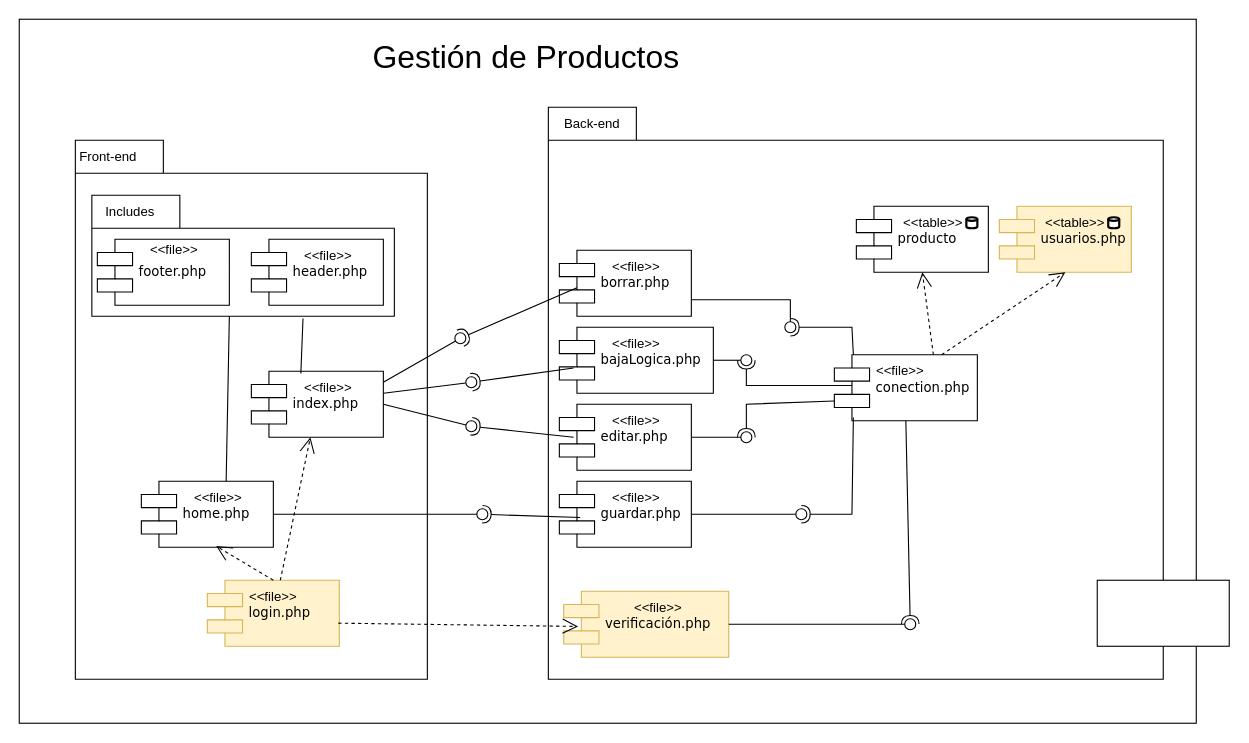
This is Diagramas/DiagramaComponentesMich.drawio from JorgeADnro/Torres, a draw.io file, before an edit. Source tidied: cells renumbered, new cells numbered last; positions are measured from the earlier drawing's top-left corner, leaving out a move shared by most shapes. Both pictures are drawn from the tidied source at 110%, with x=0, y=0 at pixel (19, 19).
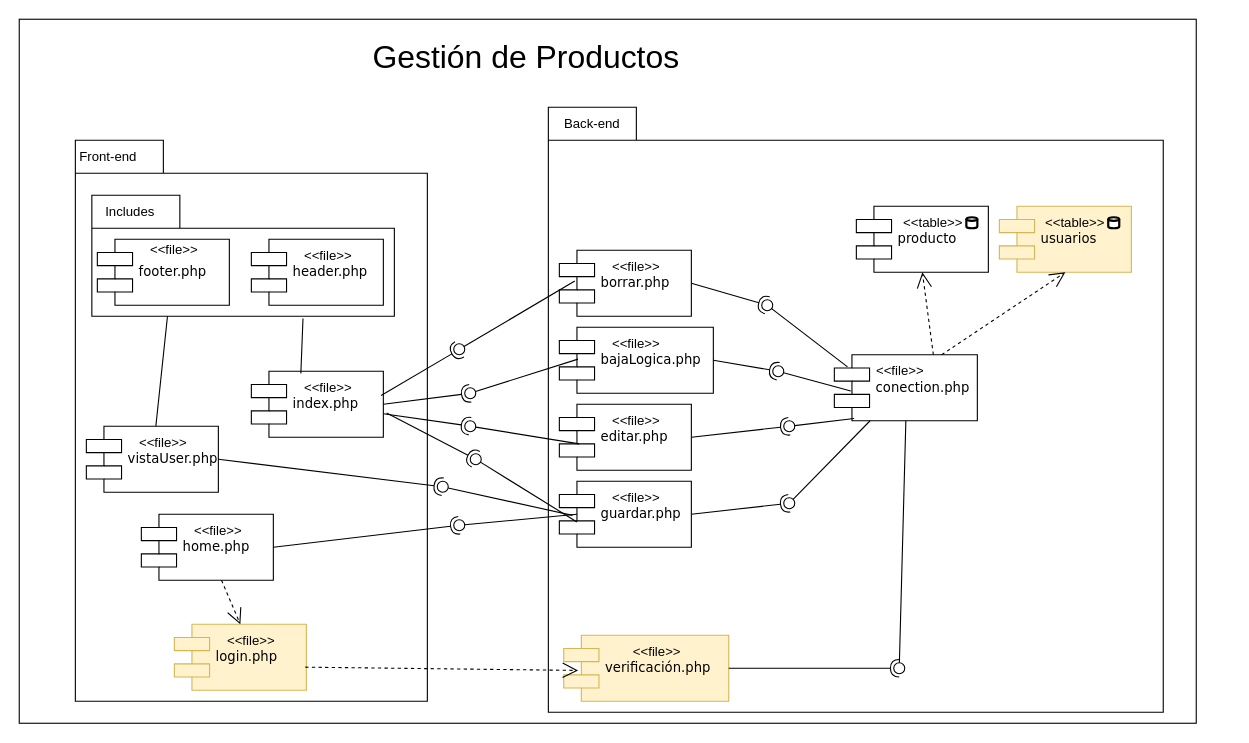
Above is the later version.

The change refers to these unchanged cells:
```xml
<mxCell id="2" style="rounded=0;whiteSpace=wrap;html=1;" parent="1" vertex="1">
  <mxGeometry width="1070" height="640" as="geometry" />
</mxCell>
<mxCell id="4" style="shape=folder;fontStyle=1;tabWidth=80;tabHeight=30;tabPosition=left;html=1;boundedLbl=1;whiteSpace=wrap;" parent="1" vertex="1">
  <mxGeometry x="66" y="160" width="275" height="110" as="geometry" />
</mxCell>
<mxCell id="11" value="index.php" style="shape=component;align=left;spacingLeft=36;rounded=0;shadow=0;comic=0;labelBackgroundColor=none;strokeWidth=1;fontFamily=Verdana;fontSize=12;html=1;" parent="1" vertex="1">
  <mxGeometry x="211" y="320" width="120" height="60" as="geometry" />
</mxCell>
<mxCell id="16" value="conection.php" style="shape=component;align=left;spacingLeft=36;rounded=0;shadow=0;comic=0;labelBackgroundColor=none;strokeWidth=1;fontFamily=Verdana;fontSize=12;html=1;" parent="1" vertex="1">
  <mxGeometry x="741" y="305" width="130" height="60" as="geometry" />
</mxCell>
<mxCell id="17" value="guardar.php" style="shape=component;align=left;spacingLeft=36;rounded=0;shadow=0;comic=0;labelBackgroundColor=none;strokeWidth=1;fontFamily=Verdana;fontSize=12;html=1;" parent="1" vertex="1">
  <mxGeometry x="491" y="420" width="120" height="60" as="geometry" />
</mxCell>
<mxCell id="18" value="editar.php" style="shape=component;align=left;spacingLeft=36;rounded=0;shadow=0;comic=0;labelBackgroundColor=none;strokeWidth=1;fontFamily=Verdana;fontSize=12;html=1;" parent="1" vertex="1">
  <mxGeometry x="491" y="350" width="120" height="60" as="geometry" />
</mxCell>
<mxCell id="19" value="bajaLogica.php" style="shape=component;align=left;spacingLeft=36;rounded=0;shadow=0;comic=0;labelBackgroundColor=none;strokeWidth=1;fontFamily=Verdana;fontSize=12;html=1;" parent="1" vertex="1">
  <mxGeometry x="491" y="280" width="140" height="60" as="geometry" />
</mxCell>
<mxCell id="20" value="borrar.php" style="shape=component;align=left;spacingLeft=36;rounded=0;shadow=0;comic=0;labelBackgroundColor=none;strokeWidth=1;fontFamily=Verdana;fontSize=12;html=1;" parent="1" vertex="1">
  <mxGeometry x="491" y="210" width="120" height="60" as="geometry" />
</mxCell>
```

Diff of the diagram source:
```diff
@@
     <mxCell id="3" style="shape=folder;fontStyle=1;tabWidth=80;tabHeight=30;tabPosition=left;html=1;boundedLbl=1;whiteSpace=wrap;" parent="1" vertex="1">
-      <mxGeometry x="51" y="110" width="320" height="490" as="geometry" />
+      <mxGeometry x="51" y="110" width="320" height="510" as="geometry" />
     </mxCell>
@@
-    <mxCell id="7" style="endArrow=none;html=1;rounded=0;exitX=0.642;exitY=0.05;exitDx=0;exitDy=0;exitPerimeter=0;" parent="1" edge="1" source="10">
-      <mxGeometry relative="1" as="geometry">
-        <mxPoint x="191" y="270" as="targetPoint" />
-      </mxGeometry>
-    </mxCell>
@@
     <mxCell id="10" value="home.php" style="shape=component;align=left;spacingLeft=36;rounded=0;shadow=0;comic=0;labelBackgroundColor=none;strokeWidth=1;fontFamily=Verdana;fontSize=12;html=1;" parent="1" vertex="1">
-      <mxGeometry x="111" y="420" width="120" height="60" as="geometry" />
+      <mxGeometry x="111" y="450" width="120" height="60" as="geometry" />
     </mxCell>
@@
     <mxCell id="13" style="shape=folder;fontStyle=1;tabWidth=80;tabHeight=30;tabPosition=left;html=1;boundedLbl=1;whiteSpace=wrap;" parent="1" vertex="1">
-      <mxGeometry x="481" y="80" width="559" height="520" as="geometry" />
+      <mxGeometry x="481" y="80" width="559" height="550" as="geometry" />
     </mxCell>
@@
-    <mxCell id="21" style="rounded=0;jettySize=auto;html=1;endArrow=oval;endFill=0;sketch=0;sourcePerimeterSpacing=0;targetPerimeterSpacing=0;endSize=10;exitX=1;exitY=0.75;exitDx=0;exitDy=0;" parent="1" edge="1" source="20">
-      <mxGeometry relative="1" as="geometry">
-        <mxPoint x="701" y="280" as="targetPoint" />
-        <Array as="points">
-          <mxPoint x="701" y="255" />
-        </Array>
-      </mxGeometry>
-    </mxCell>
-    <mxCell id="22" style="rounded=0;jettySize=auto;html=1;endArrow=oval;endFill=0;sketch=0;sourcePerimeterSpacing=0;targetPerimeterSpacing=0;endSize=10;exitX=1;exitY=0.5;exitDx=0;exitDy=0;" parent="1" edge="1" source="19">
-      <mxGeometry relative="1" as="geometry">
-        <mxPoint x="661" y="310" as="targetPoint" />
-      </mxGeometry>
-    </mxCell>
-    <mxCell id="23" style="rounded=0;jettySize=auto;html=1;endArrow=oval;endFill=0;sketch=0;sourcePerimeterSpacing=0;targetPerimeterSpacing=0;endSize=10;exitX=1;exitY=0.5;exitDx=0;exitDy=0;" parent="1" edge="1" source="18">
-      <mxGeometry relative="1" as="geometry">
-        <mxPoint x="661" y="380" as="targetPoint" />
-      </mxGeometry>
-    </mxCell>
-    <mxCell id="24" style="rounded=0;jettySize=auto;html=1;endArrow=oval;endFill=0;sketch=0;sourcePerimeterSpacing=0;targetPerimeterSpacing=0;endSize=10;exitX=1;exitY=0.5;exitDx=0;exitDy=0;" parent="1" edge="1" source="17">
-      <mxGeometry relative="1" as="geometry">
-        <mxPoint x="711" y="450" as="targetPoint" />
-      </mxGeometry>
-    </mxCell>
-    <mxCell id="25" style="rounded=0;jettySize=auto;html=1;endArrow=halfCircle;endFill=0;endSize=6;strokeWidth=1;sketch=0;exitX=0.133;exitY=0;exitDx=0;exitDy=0;exitPerimeter=0;" parent="1" edge="1" source="16">
-      <mxGeometry relative="1" as="geometry">
-        <mxPoint x="701" y="280" as="targetPoint" />
-        <Array as="points">
-          <mxPoint x="757" y="280" />
-        </Array>
-      </mxGeometry>
-    </mxCell>
-    <mxCell id="26" style="rounded=0;jettySize=auto;html=1;endArrow=halfCircle;endFill=0;endSize=6;strokeWidth=1;sketch=0;exitX=0.125;exitY=0.467;exitDx=0;exitDy=0;exitPerimeter=0;" parent="1" edge="1" source="16">
-      <mxGeometry relative="1" as="geometry">
-        <mxPoint x="661" y="310" as="targetPoint" />
-        <Array as="points">
-          <mxPoint x="711" y="333" />
-          <mxPoint x="661" y="333" />
-        </Array>
-      </mxGeometry>
-    </mxCell>
-    <mxCell id="27" style="rounded=0;jettySize=auto;html=1;endArrow=halfCircle;endFill=0;endSize=6;strokeWidth=1;sketch=0;exitX=0;exitY=0.7;exitDx=0;exitDy=0;" parent="1" edge="1" source="16">
-      <mxGeometry relative="1" as="geometry">
-        <mxPoint x="661" y="380" as="targetPoint" />
-        <Array as="points">
-          <mxPoint x="661" y="350" />
-        </Array>
-      </mxGeometry>
-    </mxCell>
-    <mxCell id="28" style="rounded=0;jettySize=auto;html=1;endArrow=halfCircle;endFill=0;endSize=6;strokeWidth=1;sketch=0;exitX=0.133;exitY=0.95;exitDx=0;exitDy=0;exitPerimeter=0;" parent="1" edge="1" source="16">
-      <mxGeometry relative="1" as="geometry">
-        <mxPoint x="711" y="450" as="targetPoint" />
-        <Array as="points">
-          <mxPoint x="757" y="450" />
-        </Array>
-      </mxGeometry>
-    </mxCell>
@@
-    <mxCell id="30" style="rounded=0;orthogonalLoop=1;jettySize=auto;html=1;endArrow=oval;endFill=0;sketch=0;sourcePerimeterSpacing=0;targetPerimeterSpacing=0;endSize=10;exitX=1;exitY=0.5;exitDx=0;exitDy=0;" parent="1" edge="1">
-      <mxGeometry relative="1" as="geometry">
-        <mxPoint x="331" y="340" as="sourcePoint" />
-        <mxPoint x="411" y="330" as="targetPoint" />
-      </mxGeometry>
-    </mxCell>
-    <mxCell id="31" style="rounded=0;orthogonalLoop=1;jettySize=auto;html=1;endArrow=oval;endFill=0;sketch=0;sourcePerimeterSpacing=0;targetPerimeterSpacing=0;endSize=10;exitX=1;exitY=0.5;exitDx=0;exitDy=0;" parent="1" edge="1">
-      <mxGeometry relative="1" as="geometry">
-        <mxPoint x="331" y="330" as="sourcePoint" />
-        <mxPoint x="401" y="290" as="targetPoint" />
-      </mxGeometry>
-    </mxCell>
-    <mxCell id="32" style="rounded=0;jettySize=auto;html=1;endArrow=oval;endFill=0;sketch=0;sourcePerimeterSpacing=0;targetPerimeterSpacing=0;endSize=10;exitX=1;exitY=0.5;exitDx=0;exitDy=0;" parent="1" edge="1" source="11">
-      <mxGeometry relative="1" as="geometry">
-        <mxPoint x="411" y="370" as="targetPoint" />
-      </mxGeometry>
-    </mxCell>
-    <mxCell id="33" style="rounded=0;jettySize=auto;html=1;endArrow=oval;endFill=0;sketch=0;sourcePerimeterSpacing=0;targetPerimeterSpacing=0;endSize=10;exitX=1;exitY=0.5;exitDx=0;exitDy=0;" parent="1" edge="1" source="10">
-      <mxGeometry relative="1" as="geometry">
-        <mxPoint x="421" y="450" as="targetPoint" />
-      </mxGeometry>
-    </mxCell>
-    <mxCell id="34" style="rounded=0;jettySize=auto;html=1;endArrow=halfCircle;endFill=0;endSize=6;strokeWidth=1;sketch=0;exitX=0.133;exitY=0.567;exitDx=0;exitDy=0;exitPerimeter=0;" parent="1" edge="1" source="20">
-      <mxGeometry relative="1" as="geometry">
-        <mxPoint x="401" y="290" as="targetPoint" />
-      </mxGeometry>
-    </mxCell>
-    <mxCell id="35" style="rounded=0;jettySize=auto;html=1;endArrow=halfCircle;endFill=0;endSize=6;strokeWidth=1;sketch=0;exitX=0.092;exitY=0.617;exitDx=0;exitDy=0;exitPerimeter=0;" parent="1" edge="1" source="19">
-      <mxGeometry relative="1" as="geometry">
-        <mxPoint x="411" y="330" as="targetPoint" />
-      </mxGeometry>
-    </mxCell>
-    <mxCell id="36" style="rounded=0;jettySize=auto;html=1;endArrow=halfCircle;endFill=0;endSize=6;strokeWidth=1;sketch=0;exitX=0.108;exitY=0.5;exitDx=0;exitDy=0;exitPerimeter=0;" parent="1" edge="1" source="18">
-      <mxGeometry relative="1" as="geometry">
-        <mxPoint x="411" y="370" as="targetPoint" />
-      </mxGeometry>
-    </mxCell>
@@
-    <mxCell id="38" style="rounded=0;jettySize=auto;html=1;endArrow=halfCircle;endFill=0;endSize=6;strokeWidth=1;sketch=0;exitX=0.158;exitY=0.55;exitDx=0;exitDy=0;exitPerimeter=0;" parent="1" edge="1" source="17">
-      <mxGeometry relative="1" as="geometry">
-        <mxPoint x="421" y="450" as="targetPoint" />
-      </mxGeometry>
-    </mxCell>
@@
     <mxCell id="41" value="&amp;lt;&amp;lt;file&amp;gt;&amp;gt;" style="text;html=1;strokeColor=none;fillColor=none;align=center;verticalAlign=middle;whiteSpace=wrap;rounded=0;" parent="1" vertex="1">
-      <mxGeometry x="151" y="420" width="60" height="30" as="geometry" />
+      <mxGeometry x="151" y="450" width="60" height="30" as="geometry" />
     </mxCell>
@@
     <mxCell id="49" value="login.php" style="shape=component;align=left;spacingLeft=36;rounded=0;shadow=0;comic=0;labelBackgroundColor=none;strokeWidth=1;fontFamily=Verdana;fontSize=12;html=1;fillColor=#fff2cc;strokeColor=#d6b656;" parent="1" vertex="1">
-      <mxGeometry x="171" y="510" width="120" height="60" as="geometry" />
+      <mxGeometry x="141" y="550" width="120" height="60" as="geometry" />
     </mxCell>
     <mxCell id="50" value="verificación.php" style="shape=component;align=left;spacingLeft=36;rounded=0;shadow=0;comic=0;labelBackgroundColor=none;strokeWidth=1;fontFamily=Verdana;fontSize=12;html=1;fillColor=#fff2cc;strokeColor=#d6b656;" parent="1" vertex="1">
-      <mxGeometry x="495" y="520" width="150" height="60" as="geometry" />
+      <mxGeometry x="495" y="560" width="150" height="60" as="geometry" />
     </mxCell>
-    <mxCell id="51" value="usuarios.php" style="shape=component;align=left;spacingLeft=36;rounded=0;shadow=0;comic=0;labelBackgroundColor=none;strokeWidth=1;fontFamily=Verdana;fontSize=12;html=1;fillColor=#fff2cc;strokeColor=#d6b656;" parent="1" vertex="1">
+    <mxCell id="51" value="usuarios" style="shape=component;align=left;spacingLeft=36;rounded=0;shadow=0;comic=0;labelBackgroundColor=none;strokeWidth=1;fontFamily=Verdana;fontSize=12;html=1;fillColor=#fff2cc;strokeColor=#d6b656;" parent="1" vertex="1">
       <mxGeometry x="891" y="170" width="120" height="60" as="geometry" />
     </mxCell>
@@
-    <mxCell id="53" style="rounded=0;jettySize=auto;html=1;endArrow=halfCircle;endFill=0;endSize=6;strokeWidth=1;sketch=0;exitX=0.5;exitY=1;exitDx=0;exitDy=0;" parent="1" edge="1" source="16">
-      <mxGeometry relative="1" as="geometry">
-        <mxPoint x="810" y="550" as="targetPoint" />
-      </mxGeometry>
-    </mxCell>
-    <mxCell id="54" style="rounded=0;jettySize=auto;html=1;endArrow=oval;endFill=0;sketch=0;sourcePerimeterSpacing=0;targetPerimeterSpacing=0;endSize=10;exitX=1;exitY=0.5;exitDx=0;exitDy=0;" parent="1" edge="1" source="50">
-      <mxGeometry relative="1" as="geometry">
-        <mxPoint x="810" y="550" as="targetPoint" />
-      </mxGeometry>
-    </mxCell>
@@
-    <mxCell id="57" style="endArrow=open;endSize=12;dashed=1;html=1;rounded=0;" parent="1" edge="1" source="49" target="11">
-      <mxGeometry relative="1" as="geometry" />
-    </mxCell>
-    <mxCell id="58" value="&lt;br&gt;" style="endArrow=open;endSize=12;dashed=1;html=1;rounded=0;entryX=0.567;entryY=0.983;entryDx=0;entryDy=0;entryPerimeter=0;exitX=0.5;exitY=0;exitDx=0;exitDy=0;" parent="1" edge="1" source="49" target="10">
-      <mxGeometry relative="1" as="geometry" />
-    </mxCell>
     <mxCell id="59" value="&amp;lt;&amp;lt;file&amp;gt;&amp;gt;" style="text;html=1;strokeColor=none;fillColor=none;align=center;verticalAlign=middle;whiteSpace=wrap;rounded=0;" parent="1" vertex="1">
-      <mxGeometry x="201" y="510" width="60" height="30" as="geometry" />
+      <mxGeometry x="181" y="550" width="60" height="30" as="geometry" />
     </mxCell>
     <mxCell id="60" value="&amp;lt;&amp;lt;file&amp;gt;&amp;gt;" style="text;html=1;strokeColor=none;fillColor=none;align=center;verticalAlign=middle;whiteSpace=wrap;rounded=0;" parent="1" vertex="1">
-      <mxGeometry x="551" y="520" width="60" height="30" as="geometry" />
+      <mxGeometry x="550" y="560" width="60" height="30" as="geometry" />
     </mxCell>
@@
-    <mxCell id="64" style="rounded=0;whiteSpace=wrap;html=1;" parent="1" vertex="1">
-      <mxGeometry x="980" y="510" width="120" height="60" as="geometry" />
-    </mxCell>
+    <mxCell id="65" style="endArrow=open;endSize=12;dashed=1;html=1;rounded=0;entryX=0.5;entryY=0;entryDx=0;entryDy=0;" parent="1" edge="1" source="10" target="49">
+      <mxGeometry relative="1" as="geometry" />
+    </mxCell>
+    <mxCell id="66" style="rounded=0;jettySize=auto;html=1;endArrow=halfCircle;endFill=0;endSize=6;strokeWidth=1;sketch=0;exitX=1;exitY=0.5;exitDx=0;exitDy=0;" parent="1" edge="1" source="50">
+      <mxGeometry relative="1" as="geometry">
+        <mxPoint x="800" y="590" as="targetPoint" />
+      </mxGeometry>
+    </mxCell>
+    <mxCell id="67" style="rounded=0;jettySize=auto;html=1;endArrow=oval;endFill=0;sketch=0;sourcePerimeterSpacing=0;targetPerimeterSpacing=0;endSize=10;exitX=0.5;exitY=1;exitDx=0;exitDy=0;" parent="1" edge="1" source="16">
+      <mxGeometry relative="1" as="geometry">
+        <mxPoint x="800" y="590" as="targetPoint" />
+      </mxGeometry>
+    </mxCell>
+    <mxCell id="68" style="ellipse;whiteSpace=wrap;html=1;align=center;fillColor=none;strokeColor=none;perimeter=centerPerimeter;" parent="1" vertex="1">
+      <mxGeometry x="485" y="360" width="10" height="10" as="geometry" />
+    </mxCell>
+    <mxCell id="69" style="rounded=0;jettySize=auto;html=1;endArrow=oval;endFill=0;sketch=0;sourcePerimeterSpacing=0;targetPerimeterSpacing=0;endSize=10;exitX=0.092;exitY=0.183;exitDx=0;exitDy=0;exitPerimeter=0;" parent="1" edge="1" source="16">
+      <mxGeometry relative="1" as="geometry">
+        <mxPoint x="680" y="260" as="targetPoint" />
+      </mxGeometry>
+    </mxCell>
+    <mxCell id="70" style="rounded=0;jettySize=auto;html=1;endArrow=oval;endFill=0;sketch=0;sourcePerimeterSpacing=0;targetPerimeterSpacing=0;endSize=10;exitX=0.115;exitY=0.55;exitDx=0;exitDy=0;exitPerimeter=0;" parent="1" edge="1" source="16">
+      <mxGeometry relative="1" as="geometry">
+        <mxPoint x="690" y="320" as="targetPoint" />
+      </mxGeometry>
+    </mxCell>
+    <mxCell id="71" style="rounded=0;jettySize=auto;html=1;endArrow=oval;endFill=0;sketch=0;sourcePerimeterSpacing=0;targetPerimeterSpacing=0;endSize=10;exitX=0.138;exitY=0.967;exitDx=0;exitDy=0;exitPerimeter=0;" parent="1" edge="1" source="16">
+      <mxGeometry relative="1" as="geometry">
+        <mxPoint x="700" y="370" as="targetPoint" />
+      </mxGeometry>
+    </mxCell>
+    <mxCell id="72" style="rounded=0;jettySize=auto;html=1;endArrow=oval;endFill=0;sketch=0;sourcePerimeterSpacing=0;targetPerimeterSpacing=0;endSize=10;exitX=0.25;exitY=1;exitDx=0;exitDy=0;" parent="1" edge="1" source="16">
+      <mxGeometry relative="1" as="geometry">
+        <mxPoint x="700" y="440" as="targetPoint" />
+      </mxGeometry>
+    </mxCell>
+    <mxCell id="73" style="rounded=0;jettySize=auto;html=1;endArrow=halfCircle;endFill=0;endSize=6;strokeWidth=1;sketch=0;exitX=1;exitY=0.5;exitDx=0;exitDy=0;" parent="1" edge="1" source="17">
+      <mxGeometry relative="1" as="geometry">
+        <mxPoint x="700" y="440" as="targetPoint" />
+      </mxGeometry>
+    </mxCell>
+    <mxCell id="74" style="rounded=0;jettySize=auto;html=1;endArrow=halfCircle;endFill=0;endSize=6;strokeWidth=1;sketch=0;exitX=1;exitY=0.5;exitDx=0;exitDy=0;" parent="1" edge="1" source="18">
+      <mxGeometry relative="1" as="geometry">
+        <mxPoint x="700" y="370" as="targetPoint" />
+      </mxGeometry>
+    </mxCell>
+    <mxCell id="75" style="rounded=0;jettySize=auto;html=1;endArrow=halfCircle;endFill=0;endSize=6;strokeWidth=1;sketch=0;exitX=1;exitY=0.5;exitDx=0;exitDy=0;" parent="1" edge="1" source="19">
+      <mxGeometry relative="1" as="geometry">
+        <mxPoint x="690" y="320" as="targetPoint" />
+      </mxGeometry>
+    </mxCell>
+    <mxCell id="76" style="rounded=0;jettySize=auto;html=1;endArrow=halfCircle;endFill=0;endSize=6;strokeWidth=1;sketch=0;exitX=1;exitY=0.5;exitDx=0;exitDy=0;" parent="1" edge="1" source="20">
+      <mxGeometry relative="1" as="geometry">
+        <mxPoint x="680" y="260" as="targetPoint" />
+      </mxGeometry>
+    </mxCell>
+    <mxCell id="77" style="rounded=0;jettySize=auto;html=1;endArrow=halfCircle;endFill=0;endSize=6;strokeWidth=1;sketch=0;exitX=1;exitY=0.5;exitDx=0;exitDy=0;" parent="1" edge="1" source="10">
+      <mxGeometry relative="1" as="geometry">
+        <mxPoint x="400" y="460" as="targetPoint" />
+      </mxGeometry>
+    </mxCell>
+    <mxCell id="78" style="rounded=0;jettySize=auto;html=1;endArrow=halfCircle;endFill=0;endSize=6;strokeWidth=1;sketch=0;exitX=1;exitY=0.5;exitDx=0;exitDy=0;" parent="1" edge="1" source="11">
+      <mxGeometry relative="1" as="geometry">
+        <mxPoint x="410" y="340" as="targetPoint" />
+      </mxGeometry>
+    </mxCell>
+    <mxCell id="79" style="rounded=0;jettySize=auto;html=1;endArrow=halfCircle;endFill=0;endSize=6;strokeWidth=1;sketch=0;entryX=0.383;entryY=0.578;entryDx=0;entryDy=0;entryPerimeter=0;" parent="1" edge="1" source="11" target="2">
+      <mxGeometry relative="1" as="geometry" />
+    </mxCell>
+    <mxCell id="80" style="rounded=0;jettySize=auto;html=1;endArrow=halfCircle;endFill=0;endSize=6;strokeWidth=1;sketch=0;exitX=0.983;exitY=0.367;exitDx=0;exitDy=0;exitPerimeter=0;entryX=0.374;entryY=0.469;entryDx=0;entryDy=0;entryPerimeter=0;" parent="1" edge="1" source="11" target="2">
+      <mxGeometry relative="1" as="geometry" />
+    </mxCell>
+    <mxCell id="81" style="rounded=0;jettySize=auto;html=1;endArrow=oval;endFill=0;sketch=0;sourcePerimeterSpacing=0;targetPerimeterSpacing=0;endSize=10;exitX=0.133;exitY=0.5;exitDx=0;exitDy=0;exitPerimeter=0;" parent="1" edge="1" source="17">
+      <mxGeometry relative="1" as="geometry">
+        <mxPoint x="400" y="460" as="targetPoint" />
+      </mxGeometry>
+    </mxCell>
+    <mxCell id="82" style="rounded=0;jettySize=auto;html=1;endArrow=oval;endFill=0;sketch=0;sourcePerimeterSpacing=0;targetPerimeterSpacing=0;endSize=10;exitX=0.117;exitY=0.467;exitDx=0;exitDy=0;exitPerimeter=0;" parent="1" edge="1" source="20">
+      <mxGeometry relative="1" as="geometry">
+        <mxPoint x="400" y="300" as="targetPoint" />
+      </mxGeometry>
+    </mxCell>
+    <mxCell id="83" style="rounded=0;jettySize=auto;html=1;endArrow=oval;endFill=0;sketch=0;sourcePerimeterSpacing=0;targetPerimeterSpacing=0;endSize=10;exitX=0.121;exitY=0.483;exitDx=0;exitDy=0;exitPerimeter=0;" parent="1" edge="1" source="19">
+      <mxGeometry relative="1" as="geometry">
+        <mxPoint x="410" y="340" as="targetPoint" />
+      </mxGeometry>
+    </mxCell>
+    <mxCell id="84" style="rounded=0;jettySize=auto;html=1;endArrow=oval;endFill=0;sketch=0;sourcePerimeterSpacing=0;targetPerimeterSpacing=0;endSize=10;exitX=0.15;exitY=0.6;exitDx=0;exitDy=0;exitPerimeter=0;" parent="1" edge="1" source="18">
+      <mxGeometry relative="1" as="geometry">
+        <mxPoint x="410" y="370" as="targetPoint" />
+      </mxGeometry>
+    </mxCell>
+    <mxCell id="85" value="vistaUser.php" style="shape=component;align=left;spacingLeft=36;rounded=0;shadow=0;comic=0;labelBackgroundColor=none;strokeWidth=1;fontFamily=Verdana;fontSize=12;html=1;" parent="1" vertex="1">
+      <mxGeometry x="61" y="370" width="120" height="60" as="geometry" />
+    </mxCell>
+    <mxCell id="86" style="endArrow=none;html=1;rounded=0;entryX=0.25;entryY=1;entryDx=0;entryDy=0;entryPerimeter=0;" parent="1" edge="1" source="85" target="4">
+      <mxGeometry relative="1" as="geometry" />
+    </mxCell>
+    <mxCell id="87" value="&amp;lt;&amp;lt;file&amp;gt;&amp;gt;" style="text;html=1;strokeColor=none;fillColor=none;align=center;verticalAlign=middle;whiteSpace=wrap;rounded=0;" parent="1" vertex="1">
+      <mxGeometry x="101" y="370" width="60" height="30" as="geometry" />
+    </mxCell>
+    <mxCell id="88" style="rounded=0;jettySize=auto;html=1;endArrow=halfCircle;endFill=0;endSize=6;strokeWidth=1;sketch=0;exitX=1;exitY=0.5;exitDx=0;exitDy=0;" parent="1" edge="1" source="85" target="90">
+      <mxGeometry relative="1" as="geometry" />
+    </mxCell>
+    <mxCell id="89" style="rounded=0;jettySize=auto;html=1;endArrow=oval;endFill=0;sketch=0;sourcePerimeterSpacing=0;targetPerimeterSpacing=0;endSize=10;exitX=0.1;exitY=0.517;exitDx=0;exitDy=0;exitPerimeter=0;" parent="1" edge="1" source="17" target="90">
+      <mxGeometry relative="1" as="geometry" />
+    </mxCell>
+    <mxCell id="90" style="ellipse;whiteSpace=wrap;html=1;align=center;fillColor=none;strokeColor=none;perimeter=centerPerimeter;points=[];outlineConnect=1;" parent="1" vertex="1">
+      <mxGeometry x="380" y="420" width="10" height="10" as="geometry" />
+    </mxCell>
+    <mxCell id="91" style="rounded=0;jettySize=auto;html=1;endArrow=halfCircle;endFill=0;endSize=6;strokeWidth=1;sketch=0;exitX=1.025;exitY=0.633;exitDx=0;exitDy=0;exitPerimeter=0;" parent="1" edge="1" source="11" target="93">
+      <mxGeometry relative="1" as="geometry" />
+    </mxCell>
+    <mxCell id="92" style="rounded=0;jettySize=auto;html=1;endArrow=oval;endFill=0;sketch=0;sourcePerimeterSpacing=0;targetPerimeterSpacing=0;endSize=10;exitX=0.133;exitY=0.617;exitDx=0;exitDy=0;exitPerimeter=0;" parent="1" edge="1" source="17" target="93">
+      <mxGeometry relative="1" as="geometry" />
+    </mxCell>
+    <mxCell id="93" style="ellipse;whiteSpace=wrap;html=1;align=center;fillColor=none;strokeColor=none;perimeter=centerPerimeter;points=[];outlineConnect=1;" parent="1" vertex="1">
+      <mxGeometry x="410" y="395" width="10" height="10" as="geometry" />
+    </mxCell>
```
